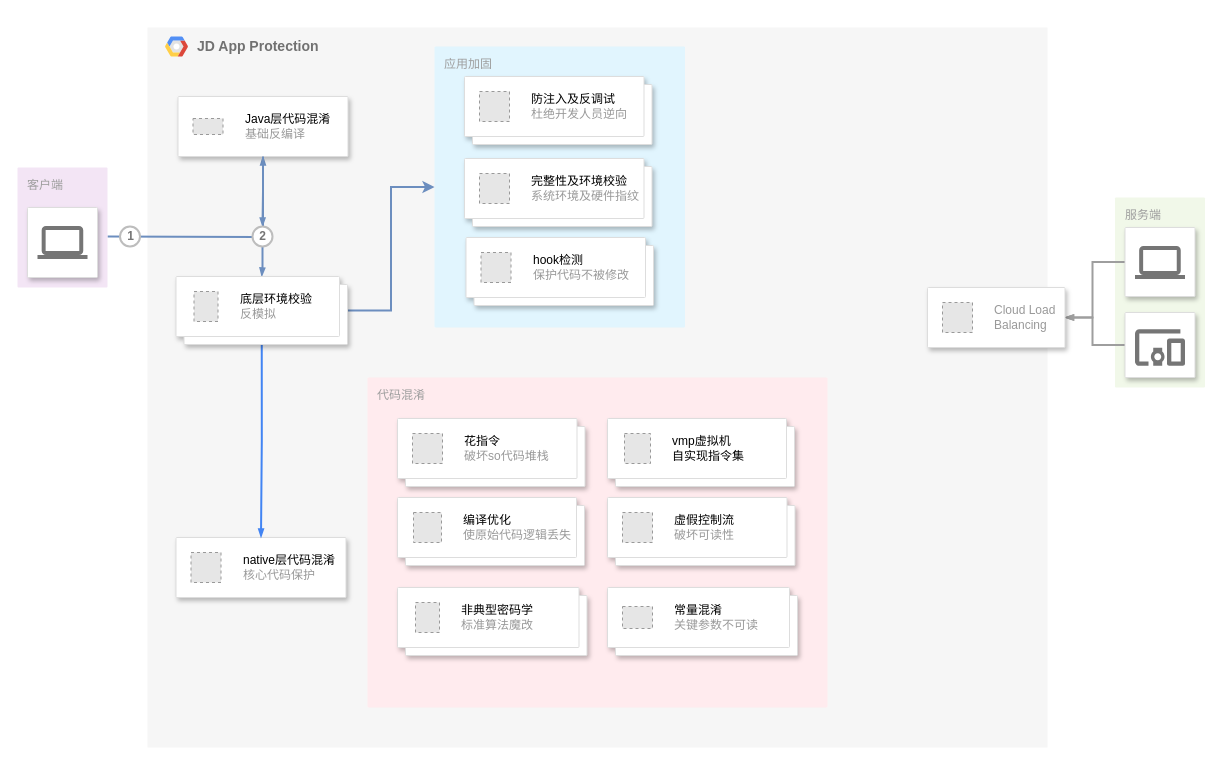
Above: Untitled Diagram.drawio in dream2333/MindCharts (draw.io), before the change. Source tidied: cells renumbered, new cells numbered last; positions are measured from the earlier drawing's top-left corner, leaving out a move shared by most shapes. Both pictures are drawn from the tidied source at 100%, with x=0, y=0 at pixel (17, 27). Pictures stored in the file or linked from it are replaced by grey dashed boxes.
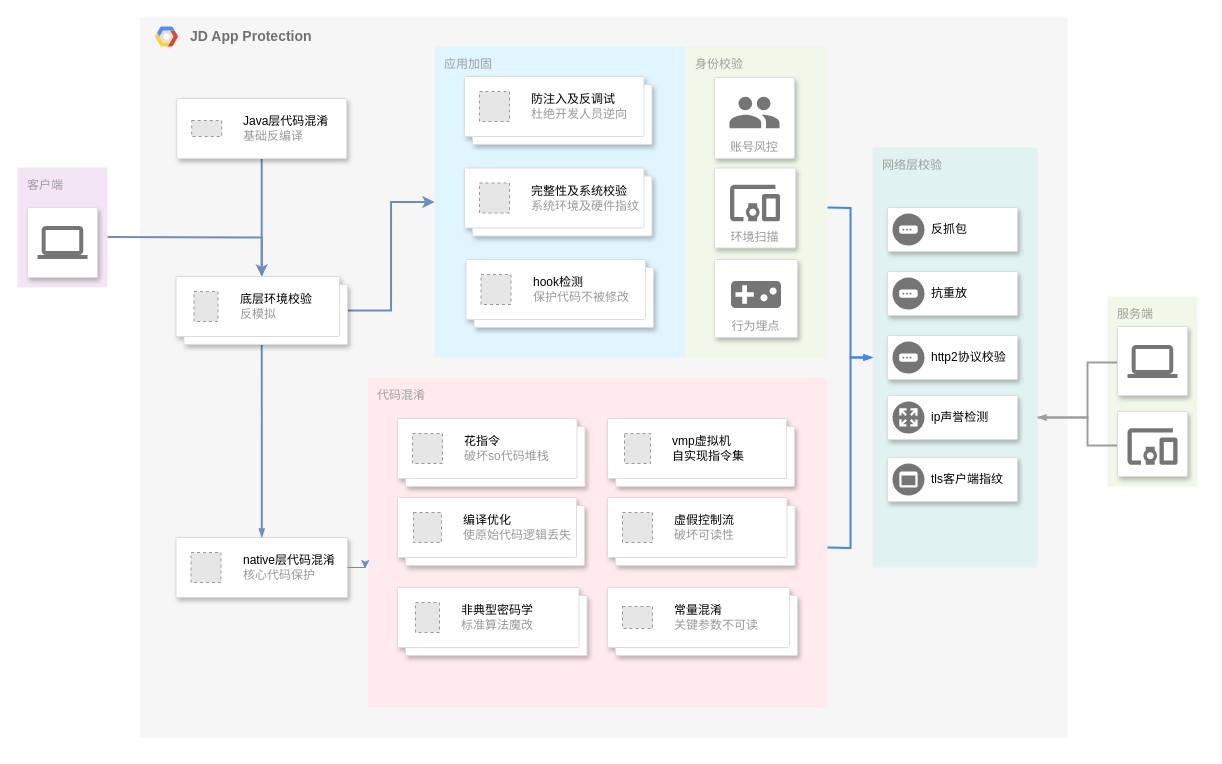
Above is the later version.

Unchanged cells that the change refers to:
```xml
<mxCell id="3" value="代码混淆" style="sketch=0;points=[[0,0,0],[0.25,0,0],[0.5,0,0],[0.75,0,0],[1,0,0],[1,0.25,0],[1,0.5,0],[1,0.75,0],[1,1,0],[0.75,1,0],[0.5,1,0],[0.25,1,0],[0,1,0],[0,0.75,0],[0,0.5,0],[0,0.25,0]];rounded=1;absoluteArcSize=1;arcSize=2;html=1;strokeColor=none;gradientColor=none;shadow=0;dashed=0;fontSize=12;fontColor=#9E9E9E;align=left;verticalAlign=top;spacing=10;spacingTop=-4;whiteSpace=wrap;fillColor=#FFEBEE;" parent="1" vertex="1">
  <mxGeometry x="350" y="350" width="460" height="330" as="geometry" />
</mxCell>
<mxCell id="33" style="shape=mxgraph.gcp2.doubleRect;strokeColor=#dddddd;shadow=1;strokeWidth=1;rounded=1;absoluteArcSize=1;arcSize=2;" parent="1" vertex="1">
  <mxGeometry x="158.5" y="249" width="171.5" height="68" as="geometry" />
</mxCell>
```

What changed in the source:
```diff
@@
     <mxCell id="2" value="&lt;b&gt;JD App Protection&lt;/b&gt;" style="fillColor=#F6F6F6;strokeColor=none;shadow=0;gradientColor=none;fontSize=14;align=left;spacing=10;fontColor=#717171;9E9E9E;verticalAlign=top;spacingTop=-4;fontStyle=0;spacingLeft=40;html=1;" parent="1" vertex="1">
-      <mxGeometry x="130" width="900" height="720" as="geometry" />
+      <mxGeometry x="122.5" y="-10" width="927.5" height="720" as="geometry" />
     </mxCell>
@@
     <mxCell id="4" value="应用加固" style="rounded=1;absoluteArcSize=1;arcSize=2;html=1;strokeColor=none;gradientColor=none;shadow=0;dashed=0;strokeColor=none;fontSize=12;fontColor=#9E9E9E;align=left;verticalAlign=top;spacing=10;spacingTop=-4;fillColor=#E1F5FE;" parent="1" vertex="1">
-      <mxGeometry x="417" y="19" width="250.5" height="281" as="geometry" />
+      <mxGeometry x="417" y="19" width="250.5" height="311" as="geometry" />
     </mxCell>
-    <mxCell id="5" style="edgeStyle=orthogonalEdgeStyle;rounded=0;html=1;labelBackgroundColor=none;startFill=1;startSize=4;endArrow=blockThin;endFill=1;endSize=4;jettySize=auto;strokeColor=#6c8ebf;strokeWidth=2;fontSize=12;fontColor=#000000;align=center;dashed=0;fillColor=#dae8fc;" parent="1" edge="1" target="15">
+    <mxCell id="5" style="edgeStyle=orthogonalEdgeStyle;rounded=0;html=1;labelBackgroundColor=none;startFill=1;startSize=4;endArrow=blockThin;endFill=1;endSize=4;jettySize=auto;strokeColor=#6c8ebf;strokeWidth=2;fontSize=12;fontColor=#000000;align=center;dashed=0;fillColor=#dae8fc;entryX=0.5;entryY=0;entryDx=0;entryDy=0;" parent="1" edge="1" target="33">
       <mxGeometry relative="1" as="geometry">
-        <mxPoint x="90" y="209.1" as="sourcePoint" />
+        <mxPoint x="90" y="209.5" as="sourcePoint" />
       </mxGeometry>
     </mxCell>
@@
-    <mxCell id="9" value="1" style="shape=ellipse;fillColor=#ffffff;strokeColor=#BDBDBD;strokeWidth=2;shadow=0;gradientColor=none;fontColor=#757575;align=center;html=1;fontStyle=1;spacingTop=-1;" parent="1" vertex="1">
-      <mxGeometry x="102.5" y="199" width="20" height="20" as="geometry" />
-    </mxCell>
@@
     <mxCell id="14" style="shape=mxgraph.gcp2.google_cloud_platform;fillColor=#F6F6F6;strokeColor=none;shadow=0;gradientColor=none;" parent="1" vertex="1">
-      <mxGeometry x="147.5" y="9" width="23" height="20" as="geometry">
+      <mxGeometry x="137.5" y="-1" width="23" height="20" as="geometry">
         <mxPoint x="20" y="10" as="offset" />
       </mxGeometry>
     </mxCell>
+    <mxCell id="49" style="edgeStyle=orthogonalEdgeStyle;rounded=0;jettySize=auto;html=1;entryX=0.5;entryY=0;entryDx=0;entryDy=0;fillColor=#dae8fc;strokeColor=#6c8ebf;strokeWidth=2;" parent="1" edge="1" source="15" target="33">
+      <mxGeometry relative="1" as="geometry" />
+    </mxCell>
     <mxCell id="15" style="strokeColor=#dddddd;shadow=1;strokeWidth=1;rounded=1;absoluteArcSize=1;arcSize=2;" parent="1" vertex="1">
-      <mxGeometry x="160.5" y="69" width="170" height="60" as="geometry" />
+      <mxGeometry x="159.2" y="71" width="170" height="60" as="geometry" />
     </mxCell>
@@
-    <mxCell id="17" style="edgeStyle=orthogonalEdgeStyle;rounded=0;html=1;labelBackgroundColor=none;startFill=1;startSize=4;endArrow=blockThin;endFill=1;endSize=4;jettySize=auto;strokeColor=#6c8ebf;strokeWidth=2;fontSize=12;fontColor=#000000;align=center;dashed=0;entryX=0.5;entryY=0;entryDx=0;entryDy=0;fillColor=#dae8fc;" parent="1" edge="1" source="36" target="33">
-      <mxGeometry relative="1" as="geometry" />
-    </mxCell>
     <mxCell id="18" style="strokeColor=#dddddd;shadow=1;strokeWidth=1;rounded=1;absoluteArcSize=1;arcSize=2;" parent="1" vertex="1">
-      <mxGeometry x="158.5" y="510" width="170" height="60" as="geometry" />
+      <mxGeometry x="158.5" y="510" width="171.5" height="60" as="geometry" />
     </mxCell>
@@
-    <mxCell id="20" style="edgeStyle=orthogonalEdgeStyle;rounded=0;html=1;labelBackgroundColor=none;startFill=1;startSize=4;endArrow=blockThin;endFill=1;endSize=4;jettySize=auto;strokeColor=#4284F3;strokeWidth=2;fontSize=12;fontColor=#000000;align=center;dashed=0;exitX=0.5;exitY=1;exitDx=0;exitDy=0;" parent="1" edge="1" source="33" target="18">
+    <mxCell id="20" style="edgeStyle=orthogonalEdgeStyle;rounded=0;html=1;labelBackgroundColor=none;startFill=1;startSize=4;endArrow=blockThin;endFill=1;endSize=4;jettySize=auto;strokeColor=#6c8ebf;strokeWidth=2;fontSize=12;fontColor=#000000;align=center;dashed=0;exitX=0.5;exitY=1;exitDx=0;exitDy=0;fillColor=#dae8fc;" parent="1" edge="1" source="33" target="18">
       <mxGeometry relative="1" as="geometry" />
     </mxCell>
     <mxCell id="21" value="服务端" style="rounded=1;absoluteArcSize=1;arcSize=2;html=1;strokeColor=none;gradientColor=none;shadow=0;dashed=0;strokeColor=none;fontSize=12;fontColor=#9E9E9E;align=left;verticalAlign=top;spacing=10;spacingTop=-4;fillColor=#F1F8E9;" parent="1" vertex="1">
-      <mxGeometry x="1097.5" y="170" width="90" height="190" as="geometry" />
+      <mxGeometry x="1090" y="269" width="90" height="190" as="geometry" />
     </mxCell>
-    <mxCell id="22" style="edgeStyle=orthogonalEdgeStyle;rounded=0;html=1;labelBackgroundColor=none;startFill=1;startSize=4;endArrow=blockThin;endFill=1;endSize=4;jettySize=auto;strokeColor=#9E9E9E;strokeWidth=2;fontSize=12;fontColor=#000000;align=center;dashed=0;" parent="1" edge="1" source="23" target="30">
+    <mxCell id="22" style="edgeStyle=orthogonalEdgeStyle;rounded=0;html=1;labelBackgroundColor=none;startFill=1;startSize=4;endArrow=blockThin;endFill=1;endSize=4;jettySize=auto;strokeColor=#9E9E9E;strokeWidth=2;fontSize=12;fontColor=#000000;align=center;dashed=0;" parent="1" edge="1" source="23">
       <mxGeometry relative="1" as="geometry">
+        <mxPoint x="987.5" y="390" as="targetPoint" />
         <Array as="points">
-          <mxPoint x="1075" y="235" />
-          <mxPoint x="1075" y="290" />
+          <mxPoint x="1070" y="335" />
+          <mxPoint x="1070" y="390" />
         </Array>
       </mxGeometry>
     </mxCell>
     <mxCell id="23" style="strokeColor=#dddddd;fillColor=#ffffff;shadow=1;strokeWidth=1;rounded=1;absoluteArcSize=1;arcSize=2;labelPosition=center;verticalLabelPosition=middle;align=center;verticalAlign=bottom;spacingLeft=0;fontColor=#999999;fontSize=12;whiteSpace=wrap;spacingBottom=2;html=1;" parent="1" vertex="1">
-      <mxGeometry x="1107.5" y="200" width="70" height="69" as="geometry" />
+      <mxGeometry x="1100" y="299" width="70" height="69" as="geometry" />
     </mxCell>
@@
-    <mxCell id="25" style="edgeStyle=orthogonalEdgeStyle;rounded=0;html=1;labelBackgroundColor=none;startFill=1;startSize=4;endArrow=blockThin;endFill=1;endSize=4;jettySize=auto;strokeColor=#9E9E9E;strokeWidth=2;fontSize=12;fontColor=#000000;align=center;dashed=0;" parent="1" edge="1" source="26" target="30">
+    <mxCell id="25" style="edgeStyle=orthogonalEdgeStyle;rounded=0;html=1;labelBackgroundColor=none;startFill=1;startSize=4;endArrow=blockThin;endFill=1;endSize=4;jettySize=auto;strokeColor=#9E9E9E;strokeWidth=2;fontSize=12;fontColor=#000000;align=center;dashed=0;" parent="1" edge="1" source="26" target="58">
       <mxGeometry relative="1" as="geometry">
         <Array as="points">
-          <mxPoint x="1075" y="317" />
-          <mxPoint x="1075" y="290" />
+          <mxPoint x="1070" y="418" />
+          <mxPoint x="1070" y="390" />
         </Array>
       </mxGeometry>
     </mxCell>
     <mxCell id="26" style="strokeColor=#dddddd;fillColor=#ffffff;shadow=1;strokeWidth=1;rounded=1;absoluteArcSize=1;arcSize=2;labelPosition=center;verticalLabelPosition=middle;align=center;verticalAlign=bottom;spacingLeft=0;fontColor=#999999;fontSize=12;whiteSpace=wrap;spacingBottom=2;html=1;" parent="1" vertex="1">
-      <mxGeometry x="1107.5" y="285" width="70" height="65" as="geometry" />
+      <mxGeometry x="1100" y="384" width="70" height="65" as="geometry" />
     </mxCell>
@@
-    <mxCell id="30" style="strokeColor=#dddddd;shadow=1;strokeWidth=1;rounded=1;absoluteArcSize=1;arcSize=2;" parent="1" vertex="1">
-      <mxGeometry x="910" y="260" width="137.5" height="60" as="geometry" />
-    </mxCell>
-    <mxCell id="31" value="Cloud Load&lt;br&gt;Balancing" style="fillColor=#E6E6E6;strokeColor=#999999;dashed=1;html=1;fontColor=#999999;verticalLabelPosition=middle;verticalAlign=middle;labelPosition=right;align=left;spacingLeft=20;" parent="30" vertex="1">
-      <mxGeometry width="30" height="30" relative="1" as="geometry">
-        <mxPoint x="15" y="15" as="offset" />
-      </mxGeometry>
-    </mxCell>
@@
-    <mxCell id="35" style="edgeStyle=orthogonalEdgeStyle;rounded=0;html=1;labelBackgroundColor=none;startFill=1;startSize=4;endArrow=blockThin;endFill=1;endSize=4;jettySize=auto;strokeColor=#6c8ebf;strokeWidth=2;fontSize=12;fontColor=#000000;align=center;dashed=0;entryX=0.5;entryY=0;entryDx=0;entryDy=0;fillColor=#dae8fc;" parent="1" edge="1" source="15" target="36">
-      <mxGeometry relative="1" as="geometry" />
-    </mxCell>
-    <mxCell id="36" value="2" style="shape=ellipse;fillColor=#ffffff;strokeColor=#BDBDBD;strokeWidth=2;shadow=0;gradientColor=none;fontColor=#757575;align=center;html=1;fontStyle=1;spacingTop=-1;" parent="1" vertex="1">
-      <mxGeometry x="235" y="199" width="20" height="20" as="geometry" />
-    </mxCell>
     <mxCell id="37" style="shape=mxgraph.gcp2.doubleRect;strokeColor=#dddddd;shadow=1;strokeWidth=1;rounded=1;absoluteArcSize=1;arcSize=2;" parent="1" vertex="1">
-      <mxGeometry x="447" y="131" width="187.5" height="68" as="geometry" />
+      <mxGeometry x="447" y="140.5" width="187.5" height="68" as="geometry" />
     </mxCell>
-    <mxCell id="38" value="&lt;font color=&quot;#000000&quot;&gt;完整性及环境校验&lt;/font&gt;&lt;br&gt;系统环境及硬件指纹" style="fillColor=#E6E6E6;strokeColor=#999999;dashed=1;html=1;fontColor=#999999;verticalLabelPosition=middle;verticalAlign=middle;labelPosition=right;align=left;spacingLeft=20;" parent="37" vertex="1">
+    <mxCell id="38" value="&lt;font color=&quot;#000000&quot;&gt;完整性及系统校验&lt;/font&gt;&lt;br&gt;系统环境及硬件指纹" style="fillColor=#E6E6E6;strokeColor=#999999;dashed=1;html=1;fontColor=#999999;verticalLabelPosition=middle;verticalAlign=middle;labelPosition=right;align=left;spacingLeft=20;" parent="37" vertex="1">
       <mxGeometry width="30" height="30" relative="1" as="geometry">
         <mxPoint x="15" y="15" as="offset" />
       </mxGeometry>
     </mxCell>
     <mxCell id="39" style="shape=mxgraph.gcp2.doubleRect;strokeColor=#dddddd;shadow=1;strokeWidth=1;rounded=1;absoluteArcSize=1;arcSize=2;" parent="1" vertex="1">
-      <mxGeometry x="448.5" y="210" width="187.5" height="68" as="geometry" />
+      <mxGeometry x="448.5" y="232" width="187.5" height="68" as="geometry" />
     </mxCell>
@@
+    <mxCell id="50" style="edgeStyle=orthogonalEdgeStyle;rounded=0;jettySize=auto;html=1;exitX=1;exitY=0.5;exitDx=0;exitDy=0;entryX=-0.005;entryY=0.579;entryDx=0;entryDy=0;entryPerimeter=0;fillColor=#dae8fc;strokeColor=#6c8ebf;" parent="1" edge="1" source="18" target="3">
+      <mxGeometry relative="1" as="geometry" />
+    </mxCell>
+    <mxCell id="51" value="身份校验" style="sketch=0;rounded=1;absoluteArcSize=1;arcSize=2;html=1;strokeColor=none;gradientColor=none;shadow=0;dashed=0;fontSize=12;fontColor=#9E9E9E;align=left;verticalAlign=top;spacing=10;spacingTop=-4;whiteSpace=wrap;fillColor=#F1F8E9;" parent="1" vertex="1">
+      <mxGeometry x="667.5" y="19" width="142.5" height="311" as="geometry" />
+    </mxCell>
+    <mxCell id="52" value="账号风控" style="strokeColor=#dddddd;shadow=1;strokeWidth=1;rounded=1;absoluteArcSize=1;arcSize=2;labelPosition=center;verticalLabelPosition=middle;align=center;verticalAlign=bottom;spacingLeft=0;fontColor=#999999;fontSize=12;whiteSpace=wrap;spacingBottom=2;html=1;" parent="1" vertex="1">
+      <mxGeometry x="697" y="50" width="80" height="81" as="geometry" />
+    </mxCell>
+    <mxCell id="53" style="sketch=0;dashed=0;html=1;fillColor=#757575;strokeColor=none;shape=mxgraph.gcp2.users;" parent="52" vertex="1">
+      <mxGeometry x="0.5" width="50" height="31.5" relative="1" as="geometry">
+        <mxPoint x="-25" y="19.2" as="offset" />
+      </mxGeometry>
+    </mxCell>
+    <mxCell id="54" value="环境扫描" style="strokeColor=#dddddd;shadow=1;strokeWidth=1;rounded=1;absoluteArcSize=1;arcSize=2;labelPosition=center;verticalLabelPosition=middle;align=center;verticalAlign=bottom;spacingLeft=0;fontColor=#999999;fontSize=12;whiteSpace=wrap;spacingBottom=2;html=1;" parent="1" vertex="1">
+      <mxGeometry x="697" y="140.5" width="81" height="80" as="geometry" />
+    </mxCell>
+    <mxCell id="55" style="sketch=0;dashed=0;html=1;fillColor=#757575;strokeColor=none;shape=mxgraph.gcp2.mobile_devices;" parent="54" vertex="1">
+      <mxGeometry x="0.5" width="50" height="36.5" relative="1" as="geometry">
+        <mxPoint x="-25" y="16.8" as="offset" />
+      </mxGeometry>
+    </mxCell>
+    <mxCell id="56" value="行为埋点" style="strokeColor=#dddddd;shadow=1;strokeWidth=1;rounded=1;absoluteArcSize=1;arcSize=2;labelPosition=center;verticalLabelPosition=middle;align=center;verticalAlign=bottom;spacingLeft=0;fontColor=#999999;fontSize=12;whiteSpace=wrap;spacingBottom=2;html=1;" parent="1" vertex="1">
+      <mxGeometry x="697" y="232" width="83" height="78" as="geometry" />
+    </mxCell>
+    <mxCell id="57" style="sketch=0;dashed=0;html=1;fillColor=#757575;strokeColor=none;shape=mxgraph.gcp2.game;" parent="56" vertex="1">
+      <mxGeometry x="0.5" width="50" height="27" relative="1" as="geometry">
+        <mxPoint x="-25" y="21.5" as="offset" />
+      </mxGeometry>
+    </mxCell>
+    <mxCell id="58" value="网络层校验" style="sketch=0;points=[[0,0,0],[0.25,0,0],[0.5,0,0],[0.75,0,0],[1,0,0],[1,0.25,0],[1,0.5,0],[1,0.75,0],[1,1,0],[0.75,1,0],[0.5,1,0],[0.25,1,0],[0,1,0],[0,0.75,0],[0,0.5,0],[0,0.25,0]];rounded=1;absoluteArcSize=1;arcSize=2;html=1;strokeColor=none;gradientColor=none;shadow=0;dashed=0;fontSize=12;fontColor=#9E9E9E;align=left;verticalAlign=top;spacing=10;spacingTop=-4;whiteSpace=wrap;fillColor=#E0F2F1;" parent="1" vertex="1">
+      <mxGeometry x="855" y="120" width="165" height="420" as="geometry" />
+    </mxCell>
+    <mxCell id="59" style="edgeStyle=orthogonalEdgeStyle;fontSize=12;html=1;endArrow=blockThin;endFill=1;rounded=0;strokeWidth=2;endSize=4;startSize=4;dashed=0;strokeColor=#4284F3;entryX=0;entryY=0.5;entryDx=0;entryDy=0;entryPerimeter=0;" parent="1" edge="1" target="58">
+      <mxGeometry relative="1" as="geometry">
+        <mxPoint x="810" y="180" as="sourcePoint" />
+      </mxGeometry>
+    </mxCell>
+    <mxCell id="60" style="edgeStyle=orthogonalEdgeStyle;fontSize=12;html=1;endArrow=blockThin;endFill=1;rounded=0;strokeWidth=2;endSize=4;startSize=4;dashed=0;strokeColor=#4284F3;entryX=0;entryY=0.5;entryDx=0;entryDy=0;entryPerimeter=0;" parent="1" edge="1" target="58">
+      <mxGeometry relative="1" as="geometry">
+        <mxPoint x="810" y="520" as="sourcePoint" />
+      </mxGeometry>
+    </mxCell>
+    <mxCell id="61" style="strokeColor=#dddddd;shadow=1;strokeWidth=1;rounded=1;absoluteArcSize=1;arcSize=2;" parent="1" vertex="1">
+      <mxGeometry x="870" y="180" width="130" height="44" as="geometry" />
+    </mxCell>
+    <mxCell id="62" value="反抓包" style="sketch=0;dashed=0;html=1;fillColor=#757575;strokeColor=none;shape=mxgraph.gcp2.gateway;labelPosition=right;verticalLabelPosition=middle;align=left;verticalAlign=middle;spacingLeft=5;fontSize=12;" parent="61" vertex="1">
+      <mxGeometry y="0.5" width="32" height="32" relative="1" as="geometry">
+        <mxPoint x="5" y="-16" as="offset" />
+      </mxGeometry>
+    </mxCell>
+    <mxCell id="63" style="strokeColor=#dddddd;shadow=1;strokeWidth=1;rounded=1;absoluteArcSize=1;arcSize=2;" parent="1" vertex="1">
+      <mxGeometry x="870" y="244" width="130" height="44" as="geometry" />
+    </mxCell>
+    <mxCell id="64" value="抗重放" style="sketch=0;dashed=0;html=1;fillColor=#757575;strokeColor=none;shape=mxgraph.gcp2.gateway;labelPosition=right;verticalLabelPosition=middle;align=left;verticalAlign=middle;spacingLeft=5;fontSize=12;" parent="63" vertex="1">
+      <mxGeometry y="0.5" width="32" height="32" relative="1" as="geometry">
+        <mxPoint x="5" y="-16" as="offset" />
+      </mxGeometry>
+    </mxCell>
+    <mxCell id="65" style="strokeColor=#dddddd;shadow=1;strokeWidth=1;rounded=1;absoluteArcSize=1;arcSize=2;" parent="1" vertex="1">
+      <mxGeometry x="870" y="308" width="130" height="44" as="geometry" />
+    </mxCell>
+    <mxCell id="66" value="http2协议校验" style="sketch=0;dashed=0;html=1;fillColor=#757575;strokeColor=none;shape=mxgraph.gcp2.gateway;labelPosition=right;verticalLabelPosition=middle;align=left;verticalAlign=middle;spacingLeft=5;fontSize=12;" parent="65" vertex="1">
+      <mxGeometry y="0.5" width="32" height="32" relative="1" as="geometry">
+        <mxPoint x="5" y="-16" as="offset" />
+      </mxGeometry>
+    </mxCell>
+    <mxCell id="67" style="strokeColor=#dddddd;shadow=1;strokeWidth=1;rounded=1;absoluteArcSize=1;arcSize=2;" parent="1" vertex="1">
+      <mxGeometry x="870" y="368" width="130" height="44" as="geometry" />
+    </mxCell>
+    <mxCell id="68" value="ip声誉检测" style="sketch=0;dashed=0;html=1;fillColor=#757575;strokeColor=none;shape=mxgraph.gcp2.nat;labelPosition=right;verticalLabelPosition=middle;align=left;verticalAlign=middle;spacingLeft=5;fontSize=12;" parent="67" vertex="1">
+      <mxGeometry y="0.5" width="32" height="32" relative="1" as="geometry">
+        <mxPoint x="5" y="-16" as="offset" />
+      </mxGeometry>
+    </mxCell>
+    <mxCell id="69" style="strokeColor=#dddddd;shadow=1;strokeWidth=1;rounded=1;absoluteArcSize=1;arcSize=2;" parent="1" vertex="1">
+      <mxGeometry x="870" y="430" width="130" height="44" as="geometry" />
+    </mxCell>
+    <mxCell id="70" value="tls客户端指纹" style="sketch=0;dashed=0;html=1;fillColor=#757575;strokeColor=none;shape=mxgraph.gcp2.frontend_platform_services;labelPosition=right;verticalLabelPosition=middle;align=left;verticalAlign=middle;spacingLeft=5;fontSize=12;" parent="69" vertex="1">
+      <mxGeometry y="0.5" width="32" height="32" relative="1" as="geometry">
+        <mxPoint x="5" y="-16" as="offset" />
+      </mxGeometry>
+    </mxCell>
```
